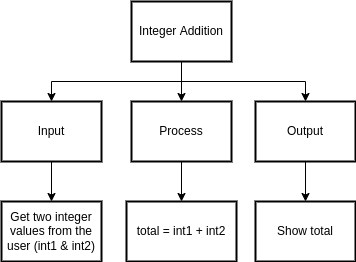
Earlier version of the draw.io export drawio/topDownDesign/topDownDesign.png (Aidan-Lalonde-Novales/ICS3U-Uni3-01-Python). Source tidied: cells renumbered, new cells last; positions are measured from the earlier drawing's top-left corner, leaving out a move shared by most shapes.
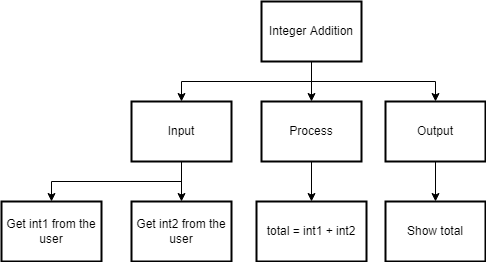
The same diagram one commit later.

What changed in the source:
```diff
@@ -31,8 +31,16 @@
       <mxGeometry x="130" width="100" height="60" as="geometry" />
     </mxCell>
     <mxCell id="8" style="edgeStyle=none;rounded=0;html=1;exitX=0.5;exitY=1;exitDx=0;exitDy=0;entryX=0.5;entryY=0;entryDx=0;entryDy=0;" parent="1" edge="1" source="9" target="12">
-      <mxGeometry relative="1" as="geometry" />
+      <mxGeometry relative="1" as="geometry">
+        <Array as="points">
+          <mxPoint x="50" y="180" />
+          <mxPoint x="-80" y="180" />
+        </Array>
+      </mxGeometry>
     </mxCell>
+    <mxCell id="15" style="edgeStyle=none;html=1;exitX=0.5;exitY=1;exitDx=0;exitDy=0;entryX=0.5;entryY=0;entryDx=0;entryDy=0;" parent="1" edge="1" source="9" target="16">
+      <mxGeometry relative="1" as="geometry" />
+    </mxCell>
     <mxCell id="9" value="Input" style="rounded=0;whiteSpace=wrap;html=1;absoluteArcSize=1;arcSize=14;strokeWidth=2;" parent="1" vertex="1">
       <mxGeometry y="100" width="100" height="60" as="geometry" />
     </mxCell>
@@ -42,8 +50,8 @@
     <mxCell id="11" value="Output" style="rounded=0;whiteSpace=wrap;html=1;absoluteArcSize=1;arcSize=14;strokeWidth=2;" parent="1" vertex="1">
       <mxGeometry x="254" y="100" width="100" height="60" as="geometry" />
     </mxCell>
-    <mxCell id="12" value="Get two integer values from the user (int1 &amp;amp; int2)" style="rounded=0;whiteSpace=wrap;html=1;absoluteArcSize=1;arcSize=14;strokeWidth=2;" parent="1" vertex="1">
-      <mxGeometry y="200" width="100" height="60" as="geometry" />
+    <mxCell id="12" value="Get int1 from the user" style="rounded=0;whiteSpace=wrap;html=1;absoluteArcSize=1;arcSize=14;strokeWidth=2;" parent="1" vertex="1">
+      <mxGeometry x="-130" y="200" width="100" height="60" as="geometry" />
     </mxCell>
     <mxCell id="13" value="Show total" style="rounded=0;whiteSpace=wrap;html=1;absoluteArcSize=1;arcSize=14;strokeWidth=2;" parent="1" vertex="1">
       <mxGeometry x="254" y="200" width="100" height="60" as="geometry" />
@@ -51,5 +59,8 @@
     <mxCell id="14" value="total = int1 + int2" style="rounded=0;whiteSpace=wrap;html=1;absoluteArcSize=1;arcSize=14;strokeWidth=2;" parent="1" vertex="1">
       <mxGeometry x="125" y="200" width="110" height="60" as="geometry" />
     </mxCell>
+    <mxCell id="16" value="Get int2 from the user" style="rounded=0;whiteSpace=wrap;html=1;absoluteArcSize=1;arcSize=14;strokeWidth=2;" parent="1" vertex="1">
+      <mxGeometry y="200" width="100" height="60" as="geometry" />
+    </mxCell>
   </root>
 </mxGraphModel>
```
